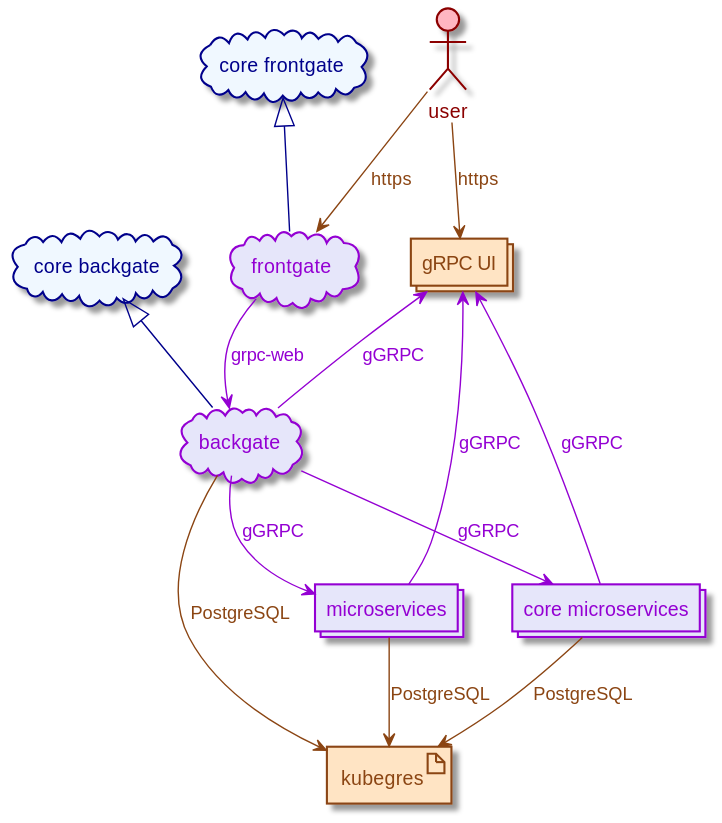
Above: documentation/images/kubernetes-logical-structure.svg in LanDinh/khaleesi-ninja (PlantUML), before the change.
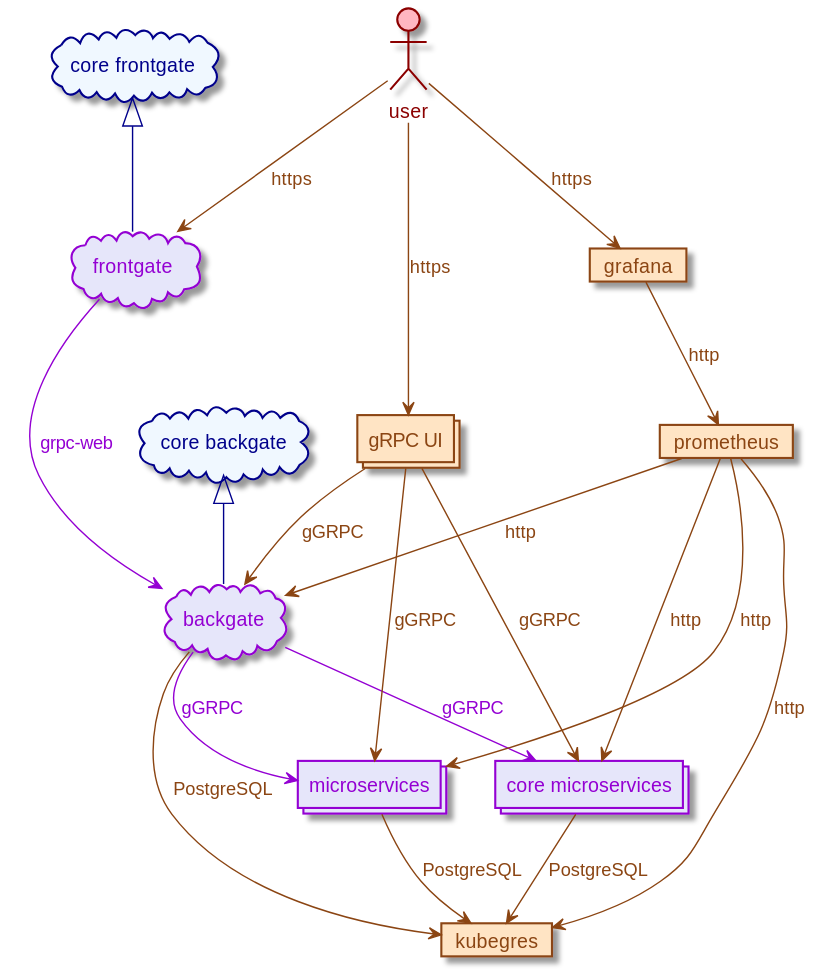
Above is the later version.

Change to the diagram source:
```diff
@@ -9,8 +9,10 @@
 cloud       "core backgate"      as core_backgate     #aliceblue;line:darkblue;text:darkblue
 collections "core microservices" as core_microservice #lavender;line:darkviolet;text:darkviolet
 
-artifact    "kubegres" as kubegres #bisque;line:saddlebrown;text:saddlebrown
-collections "gRPC UI"  as grpcui   #bisque;line:saddlebrown;text:saddlebrown
+card        "kubegres"   as kubegres   #bisque;line:saddlebrown;text:saddlebrown
+card        "prometheus" as prometheus #bisque;line:saddlebrown;text:saddlebrown
+card        "grafana"    as grafana    #bisque;line:saddlebrown;text:saddlebrown
+collections "gRPC UI"    as grpcui     #bisque;line:saddlebrown;text:saddlebrown
 
 user      --> frontgate         #saddlebrown;text:saddlebrown : https
 frontgate --> backgate          #darkviolet;text:darkviolet   : "grpc-web"
@@ -25,7 +27,14 @@
 core_microservice --> kubegres #saddlebrown;text:saddlebrown : PostgreSQL
 
 user   --> grpcui            #saddlebrown;text:saddlebrown : https
-grpcui <-- backgate          #darkviolet;text:darkviolet   : gGRPC
-grpcui <-- microservice      #darkviolet;text:darkviolet   : gGRPC
-grpcui <-- core_microservice #darkviolet;text:darkviolet   : gGRPC
+grpcui --> backgate          #saddlebrown;text:saddlebrown : gGRPC
+grpcui --> microservice      #saddlebrown;text:saddlebrown : gGRPC
+grpcui --> core_microservice #saddlebrown;text:saddlebrown : gGRPC
+
+user       --> grafana           #saddlebrown;text:saddlebrown : https
+grafana    --> prometheus        #saddlebrown;text:saddlebrown : http
+prometheus --> backgate          #saddlebrown;text:saddlebrown : http
+prometheus --> microservice      #saddlebrown;text:saddlebrown : http
+prometheus --> core_microservice #saddlebrown;text:saddlebrown : http
+prometheus --> kubegres          #saddlebrown;text:saddlebrown : http
 @enduml
```
